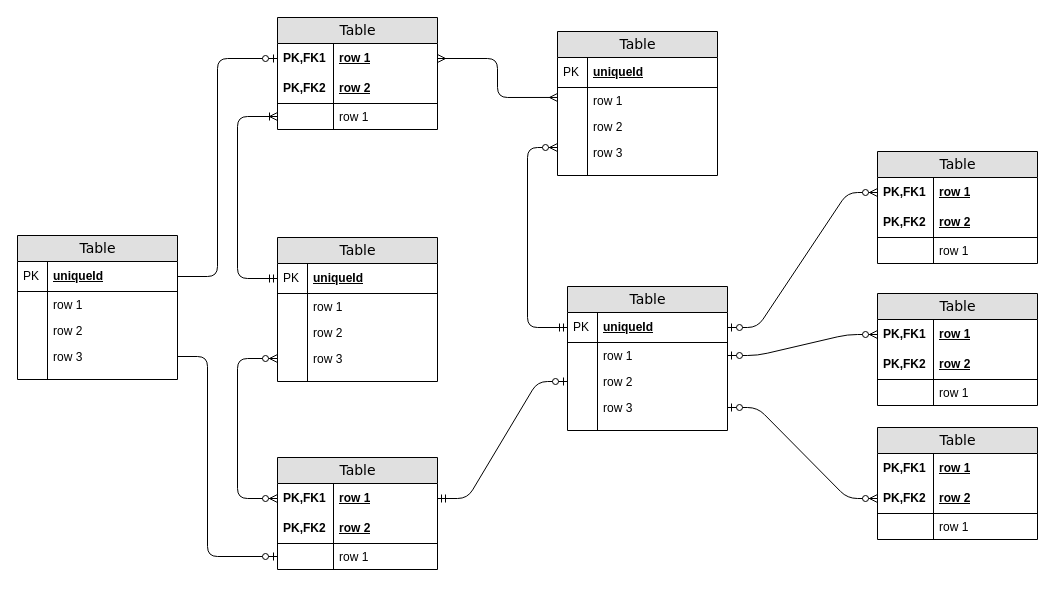
Before: 未命名绘图.drawio in terry1207/linebot, a draw.io diagram. Source tidied: cells renumbered, new cells numbered last; positions are measured from the earlier drawing's top-left corner, leaving out a move shared by most shapes. Both pictures are drawn from the tidied source at 100%, with x=0, y=0 at pixel (17, 17).
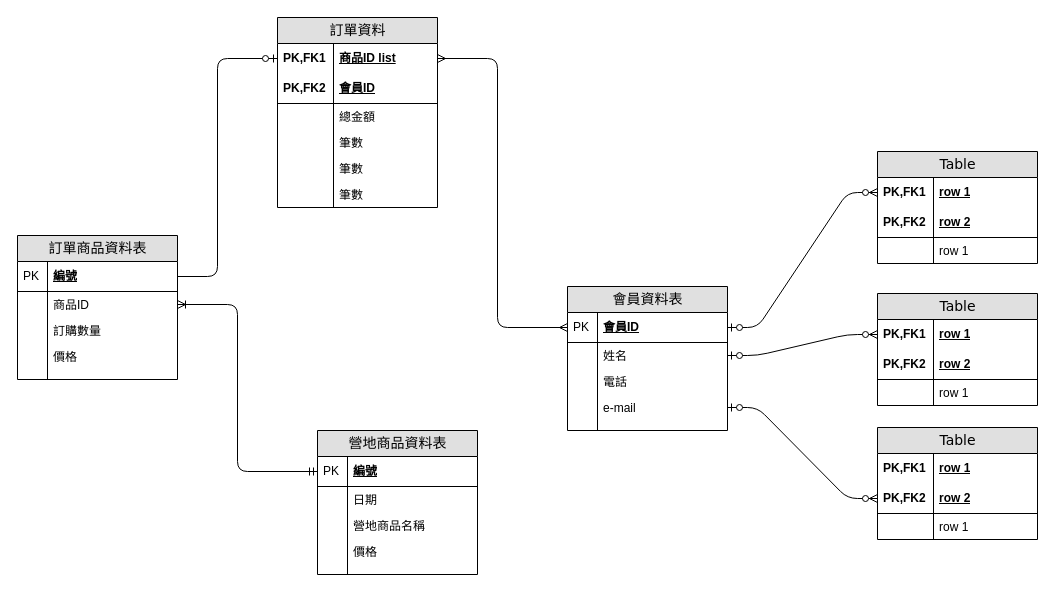
The same page after the edit.

Commit message:
訂單資料庫設計

Change to the diagram source:
```diff
@@
-    <mxCell id="2" value="Table" style="swimlane;html=1;fontStyle=0;horizontal=1;startSize=26;fillColor=#e0e0e0;swimlaneFillColor=#ffffff;align=center;rounded=0;shadow=0;comic=0;labelBackgroundColor=none;strokeWidth=1;fontFamily=Verdana;fontSize=14;" parent="1" vertex="1">
-      <mxGeometry x="260" width="160" height="112" as="geometry" />
+    <mxCell id="2" value="訂單資料" style="swimlane;html=1;fontStyle=0;horizontal=1;startSize=26;fillColor=#e0e0e0;swimlaneFillColor=#ffffff;align=center;rounded=0;shadow=0;comic=0;labelBackgroundColor=none;strokeWidth=1;fontFamily=Verdana;fontSize=14;" parent="1" vertex="1">
+      <mxGeometry x="260" width="160" height="190" as="geometry" />
     </mxCell>
-    <mxCell id="3" value="row 1" style="shape=partialRectangle;top=0;left=0;right=0;bottom=0;html=1;align=left;verticalAlign=middle;fillColor=none;spacingLeft=60;spacingRight=4;whiteSpace=wrap;overflow=hidden;points=[[0,0.5],[1,0.5]];portConstraint=eastwest;fontStyle=5;" parent="2" vertex="1">
+    <mxCell id="3" value="商品ID list" style="shape=partialRectangle;top=0;left=0;right=0;bottom=0;html=1;align=left;verticalAlign=middle;fillColor=none;spacingLeft=60;spacingRight=4;whiteSpace=wrap;overflow=hidden;points=[[0,0.5],[1,0.5]];portConstraint=eastwest;fontStyle=5;" parent="2" vertex="1">
       <mxGeometry y="26" width="160" height="30" as="geometry" />
     </mxCell>
@@
-    <mxCell id="5" value="row 2" style="shape=partialRectangle;top=0;left=0;right=0;bottom=1;html=1;align=left;verticalAlign=middle;fillColor=none;spacingLeft=60;spacingRight=4;whiteSpace=wrap;overflow=hidden;fontStyle=5;" parent="2" vertex="1">
+    <mxCell id="5" value="會員ID" style="shape=partialRectangle;top=0;left=0;right=0;bottom=1;html=1;align=left;verticalAlign=middle;fillColor=none;spacingLeft=60;spacingRight=4;whiteSpace=wrap;overflow=hidden;fontStyle=5;" parent="2" vertex="1">
       <mxGeometry y="56" width="160" height="30" as="geometry" />
     </mxCell>
@@
-    <mxCell id="7" value="row 1" style="shape=partialRectangle;top=0;left=0;right=0;bottom=0;html=1;align=left;verticalAlign=top;fillColor=none;spacingLeft=60;spacingRight=4;whiteSpace=wrap;overflow=hidden;points=[[0,0.5],[1,0.5]];portConstraint=eastwest;" parent="2" vertex="1">
+    <mxCell id="7" value="總金額" style="shape=partialRectangle;top=0;left=0;right=0;bottom=0;html=1;align=left;verticalAlign=top;fillColor=none;spacingLeft=60;spacingRight=4;whiteSpace=wrap;overflow=hidden;points=[[0,0.5],[1,0.5]];portConstraint=eastwest;" parent="2" vertex="1">
       <mxGeometry y="86" width="160" height="26" as="geometry" />
     </mxCell>
@@
-    <mxCell id="9" value="Table" style="swimlane;html=1;fontStyle=0;horizontal=1;startSize=26;fillColor=#e0e0e0;swimlaneFillColor=#ffffff;align=center;rounded=0;shadow=0;comic=0;labelBackgroundColor=none;strokeWidth=1;fontFamily=Verdana;fontSize=14;swimlaneLine=1;" parent="1" vertex="1">
-      <mxGeometry x="540" y="14" width="160" height="144" as="geometry" />
-    </mxCell>
-    <mxCell id="10" value="uniqueId" style="shape=partialRectangle;top=0;left=0;right=0;bottom=1;html=1;align=left;verticalAlign=middle;fillColor=none;spacingLeft=34;spacingRight=4;whiteSpace=wrap;overflow=hidden;fontStyle=5;" parent="9" vertex="1">
-      <mxGeometry y="26" width="160" height="30" as="geometry" />
-    </mxCell>
-    <mxCell id="11" value="PK" style="shape=partialRectangle;top=0;left=0;bottom=0;html=1;fillColor=none;align=left;verticalAlign=middle;spacingLeft=4;spacingRight=4;whiteSpace=wrap;overflow=hidden;" parent="10" vertex="1">
-      <mxGeometry width="30" height="30" as="geometry" />
-    </mxCell>
-    <mxCell id="12" value="row 1" style="shape=partialRectangle;top=0;left=0;right=0;bottom=0;html=1;align=left;verticalAlign=top;fillColor=none;spacingLeft=34;spacingRight=4;whiteSpace=wrap;overflow=hidden;points=[[0,0.5],[1,0.5]];portConstraint=eastwest;" parent="9" vertex="1">
-      <mxGeometry y="56" width="160" height="26" as="geometry" />
-    </mxCell>
-    <mxCell id="13" style="shape=partialRectangle;top=0;left=0;bottom=0;html=1;fillColor=none;align=left;verticalAlign=top;spacingLeft=4;spacingRight=4;whiteSpace=wrap;overflow=hidden;" parent="12" vertex="1">
-      <mxGeometry width="30" height="26" as="geometry" />
-    </mxCell>
-    <mxCell id="14" value="row 2" style="shape=partialRectangle;top=0;left=0;right=0;bottom=0;html=1;align=left;verticalAlign=top;fillColor=none;spacingLeft=34;spacingRight=4;whiteSpace=wrap;overflow=hidden;" parent="9" vertex="1">
-      <mxGeometry y="82" width="160" height="26" as="geometry" />
-    </mxCell>
-    <mxCell id="15" style="shape=partialRectangle;top=0;left=0;bottom=0;html=1;fillColor=none;align=left;verticalAlign=top;spacingLeft=4;spacingRight=4;whiteSpace=wrap;overflow=hidden;" parent="14" vertex="1">
-      <mxGeometry width="30" height="26" as="geometry" />
-    </mxCell>
-    <mxCell id="16" value="row 3" style="shape=partialRectangle;top=0;left=0;right=0;bottom=0;html=1;align=left;verticalAlign=top;fillColor=none;spacingLeft=34;spacingRight=4;whiteSpace=wrap;overflow=hidden;points=[[0,0.5],[1,0.5]];portConstraint=eastwest;" parent="9" vertex="1">
-      <mxGeometry y="108" width="160" height="26" as="geometry" />
-    </mxCell>
-    <mxCell id="17" style="shape=partialRectangle;top=0;left=0;bottom=0;html=1;fillColor=none;align=left;verticalAlign=top;spacingLeft=4;spacingRight=4;whiteSpace=wrap;overflow=hidden;" parent="16" vertex="1">
-      <mxGeometry width="30" height="26" as="geometry" />
-    </mxCell>
-    <mxCell id="18" style="shape=partialRectangle;top=0;left=0;right=0;bottom=0;html=1;align=left;verticalAlign=top;fillColor=none;spacingLeft=34;spacingRight=4;whiteSpace=wrap;overflow=hidden;" parent="9" vertex="1">
-      <mxGeometry y="134" width="160" height="10" as="geometry" />
-    </mxCell>
-    <mxCell id="19" style="shape=partialRectangle;top=0;left=0;bottom=0;html=1;fillColor=none;align=left;verticalAlign=top;spacingLeft=4;spacingRight=4;whiteSpace=wrap;overflow=hidden;" parent="18" vertex="1">
-      <mxGeometry width="30" height="10" as="geometry" />
-    </mxCell>
+    <mxCell id="91" value="筆數&lt;br&gt;" style="shape=partialRectangle;top=0;left=0;right=0;bottom=0;html=1;align=left;verticalAlign=top;fillColor=none;spacingLeft=60;spacingRight=4;whiteSpace=wrap;overflow=hidden;" parent="2" vertex="1">
+      <mxGeometry y="112" width="160" height="26" as="geometry" />
+    </mxCell>
+    <mxCell id="92" style="shape=partialRectangle;top=0;left=0;bottom=0;html=1;fillColor=none;align=left;verticalAlign=top;spacingLeft=4;spacingRight=4;whiteSpace=wrap;overflow=hidden;" parent="91" vertex="1">
+      <mxGeometry width="56" height="26" as="geometry" />
+    </mxCell>
+    <mxCell id="93" value="筆數&lt;br&gt;" style="shape=partialRectangle;top=0;left=0;right=0;bottom=0;html=1;align=left;verticalAlign=top;fillColor=none;spacingLeft=60;spacingRight=4;whiteSpace=wrap;overflow=hidden;" parent="2" vertex="1">
+      <mxGeometry y="138" width="160" height="26" as="geometry" />
+    </mxCell>
+    <mxCell id="94" style="shape=partialRectangle;top=0;left=0;bottom=0;html=1;fillColor=none;align=left;verticalAlign=top;spacingLeft=4;spacingRight=4;whiteSpace=wrap;overflow=hidden;" parent="93" vertex="1">
+      <mxGeometry width="56" height="26" as="geometry" />
+    </mxCell>
+    <mxCell id="95" value="筆數&lt;br&gt;" style="shape=partialRectangle;top=0;left=0;right=0;bottom=0;html=1;align=left;verticalAlign=top;fillColor=none;spacingLeft=60;spacingRight=4;whiteSpace=wrap;overflow=hidden;" parent="2" vertex="1">
+      <mxGeometry y="164" width="160" height="26" as="geometry" />
+    </mxCell>
+    <mxCell id="96" style="shape=partialRectangle;top=0;left=0;bottom=0;html=1;fillColor=none;align=left;verticalAlign=top;spacingLeft=4;spacingRight=4;whiteSpace=wrap;overflow=hidden;" parent="95" vertex="1">
+      <mxGeometry width="56" height="26" as="geometry" />
+    </mxCell>
-    <mxCell id="20" value="Table" style="swimlane;html=1;fontStyle=0;horizontal=1;startSize=26;fillColor=#e0e0e0;swimlaneFillColor=#ffffff;align=center;rounded=0;shadow=0;comic=0;labelBackgroundColor=none;strokeWidth=1;fontFamily=Verdana;fontSize=14;" parent="1" vertex="1">
-      <mxGeometry x="260" y="220" width="160" height="144" as="geometry" />
+    <mxCell id="20" value="營地商品資料表" style="swimlane;html=1;fontStyle=0;horizontal=1;startSize=26;fillColor=#e0e0e0;swimlaneFillColor=#ffffff;align=center;rounded=0;shadow=0;comic=0;labelBackgroundColor=none;strokeWidth=1;fontFamily=Verdana;fontSize=14;" parent="1" vertex="1">
+      <mxGeometry x="300" y="413" width="160" height="144" as="geometry" />
     </mxCell>
-    <mxCell id="21" value="uniqueId" style="shape=partialRectangle;top=0;left=0;right=0;bottom=1;html=1;align=left;verticalAlign=middle;fillColor=none;spacingLeft=34;spacingRight=4;whiteSpace=wrap;overflow=hidden;points=[[0,0.5],[1,0.5]];portConstraint=eastwest;fontStyle=5;" parent="20" vertex="1">
+    <mxCell id="21" value="編號" style="shape=partialRectangle;top=0;left=0;right=0;bottom=1;html=1;align=left;verticalAlign=middle;fillColor=none;spacingLeft=34;spacingRight=4;whiteSpace=wrap;overflow=hidden;points=[[0,0.5],[1,0.5]];portConstraint=eastwest;fontStyle=5;" parent="20" vertex="1">
       <mxGeometry y="26" width="160" height="30" as="geometry" />
     </mxCell>
@@
-    <mxCell id="23" value="row 1" style="shape=partialRectangle;top=0;left=0;right=0;bottom=0;html=1;align=left;verticalAlign=top;fillColor=none;spacingLeft=34;spacingRight=4;whiteSpace=wrap;overflow=hidden;" parent="20" vertex="1">
+    <mxCell id="23" value="日期" style="shape=partialRectangle;top=0;left=0;right=0;bottom=0;html=1;align=left;verticalAlign=top;fillColor=none;spacingLeft=34;spacingRight=4;whiteSpace=wrap;overflow=hidden;" parent="20" vertex="1">
       <mxGeometry y="56" width="160" height="26" as="geometry" />
     </mxCell>
@@
-    <mxCell id="25" value="row 2" style="shape=partialRectangle;top=0;left=0;right=0;bottom=0;html=1;align=left;verticalAlign=top;fillColor=none;spacingLeft=34;spacingRight=4;whiteSpace=wrap;overflow=hidden;" parent="20" vertex="1">
+    <mxCell id="25" value="營地商品名稱" style="shape=partialRectangle;top=0;left=0;right=0;bottom=0;html=1;align=left;verticalAlign=top;fillColor=none;spacingLeft=34;spacingRight=4;whiteSpace=wrap;overflow=hidden;" parent="20" vertex="1">
       <mxGeometry y="82" width="160" height="26" as="geometry" />
     </mxCell>
@@
-    <mxCell id="27" value="row 3" style="shape=partialRectangle;top=0;left=0;right=0;bottom=0;html=1;align=left;verticalAlign=top;fillColor=none;spacingLeft=34;spacingRight=4;whiteSpace=wrap;overflow=hidden;points=[[0,0.5],[1,0.5]];portConstraint=eastwest;" parent="20" vertex="1">
+    <mxCell id="27" value="價格" style="shape=partialRectangle;top=0;left=0;right=0;bottom=0;html=1;align=left;verticalAlign=top;fillColor=none;spacingLeft=34;spacingRight=4;whiteSpace=wrap;overflow=hidden;points=[[0,0.5],[1,0.5]];portConstraint=eastwest;" parent="20" vertex="1">
       <mxGeometry y="108" width="160" height="26" as="geometry" />
     </mxCell>
@@
-    <mxCell id="31" value="Table" style="swimlane;html=1;fontStyle=0;horizontal=1;startSize=26;fillColor=#e0e0e0;swimlaneFillColor=#ffffff;align=center;rounded=0;shadow=0;comic=0;labelBackgroundColor=none;strokeWidth=1;fontFamily=Verdana;fontSize=14;" parent="1" vertex="1">
+    <mxCell id="31" value="會員資料表" style="swimlane;html=1;fontStyle=0;horizontal=1;startSize=26;fillColor=#e0e0e0;swimlaneFillColor=#ffffff;align=center;rounded=0;shadow=0;comic=0;labelBackgroundColor=none;strokeWidth=1;fontFamily=Verdana;fontSize=14;" parent="1" vertex="1">
       <mxGeometry x="550" y="269" width="160" height="144" as="geometry" />
     </mxCell>
-    <mxCell id="32" value="uniqueId" style="shape=partialRectangle;top=0;left=0;right=0;bottom=1;html=1;align=left;verticalAlign=middle;fillColor=none;spacingLeft=34;spacingRight=4;whiteSpace=wrap;overflow=hidden;points=[[0,0.5],[1,0.5]];portConstraint=eastwest;fontStyle=5;" parent="31" vertex="1">
+    <mxCell id="32" value="會員ID" style="shape=partialRectangle;top=0;left=0;right=0;bottom=1;html=1;align=left;verticalAlign=middle;fillColor=none;spacingLeft=34;spacingRight=4;whiteSpace=wrap;overflow=hidden;points=[[0,0.5],[1,0.5]];portConstraint=eastwest;fontStyle=5;" parent="31" vertex="1">
       <mxGeometry y="26" width="160" height="30" as="geometry" />
     </mxCell>
@@
-    <mxCell id="34" value="row 1" style="shape=partialRectangle;top=0;left=0;right=0;bottom=0;html=1;align=left;verticalAlign=top;fillColor=none;spacingLeft=34;spacingRight=4;whiteSpace=wrap;overflow=hidden;points=[[0,0.5],[1,0.5]];portConstraint=eastwest;" parent="31" vertex="1">
+    <mxCell id="34" value="姓名" style="shape=partialRectangle;top=0;left=0;right=0;bottom=0;html=1;align=left;verticalAlign=top;fillColor=none;spacingLeft=34;spacingRight=4;whiteSpace=wrap;overflow=hidden;points=[[0,0.5],[1,0.5]];portConstraint=eastwest;" parent="31" vertex="1">
       <mxGeometry y="56" width="160" height="26" as="geometry" />
     </mxCell>
@@
-    <mxCell id="36" value="row 2" style="shape=partialRectangle;top=0;left=0;right=0;bottom=0;html=1;align=left;verticalAlign=top;fillColor=none;spacingLeft=34;spacingRight=4;whiteSpace=wrap;overflow=hidden;points=[[0,0.5],[1,0.5]];portConstraint=eastwest;" parent="31" vertex="1">
+    <mxCell id="36" value="電話" style="shape=partialRectangle;top=0;left=0;right=0;bottom=0;html=1;align=left;verticalAlign=top;fillColor=none;spacingLeft=34;spacingRight=4;whiteSpace=wrap;overflow=hidden;points=[[0,0.5],[1,0.5]];portConstraint=eastwest;" parent="31" vertex="1">
       <mxGeometry y="82" width="160" height="26" as="geometry" />
     </mxCell>
@@
-    <mxCell id="38" value="row 3" style="shape=partialRectangle;top=0;left=0;right=0;bottom=0;html=1;align=left;verticalAlign=top;fillColor=none;spacingLeft=34;spacingRight=4;whiteSpace=wrap;overflow=hidden;points=[[0,0.5],[1,0.5]];portConstraint=eastwest;" parent="31" vertex="1">
+    <mxCell id="38" value="e-mail" style="shape=partialRectangle;top=0;left=0;right=0;bottom=0;html=1;align=left;verticalAlign=top;fillColor=none;spacingLeft=34;spacingRight=4;whiteSpace=wrap;overflow=hidden;points=[[0,0.5],[1,0.5]];portConstraint=eastwest;" parent="31" vertex="1">
       <mxGeometry y="108" width="160" height="26" as="geometry" />
     </mxCell>
@@
-    <mxCell id="49" value="Table" style="swimlane;html=1;fontStyle=0;horizontal=1;startSize=26;fillColor=#e0e0e0;swimlaneFillColor=#ffffff;align=center;rounded=0;shadow=0;comic=0;labelBackgroundColor=none;strokeWidth=1;fontFamily=Verdana;fontSize=14;" parent="1" vertex="1">
-      <mxGeometry x="260" y="440" width="160" height="112" as="geometry" />
-    </mxCell>
-    <mxCell id="50" value="row 1" style="shape=partialRectangle;top=0;left=0;right=0;bottom=0;html=1;align=left;verticalAlign=middle;fillColor=none;spacingLeft=60;spacingRight=4;whiteSpace=wrap;overflow=hidden;points=[[0,0.5],[1,0.5]];portConstraint=eastwest;fontStyle=5;" parent="49" vertex="1">
-      <mxGeometry y="26" width="160" height="30" as="geometry" />
-    </mxCell>
-    <mxCell id="51" value="PK,FK1" style="shape=partialRectangle;fontStyle=1;top=0;left=0;bottom=0;html=1;fillColor=none;align=left;verticalAlign=middle;spacingLeft=4;spacingRight=4;whiteSpace=wrap;overflow=hidden;" parent="50" vertex="1">
-      <mxGeometry width="56" height="30" as="geometry" />
-    </mxCell>
-    <mxCell id="52" value="row 2" style="shape=partialRectangle;top=0;left=0;right=0;bottom=1;html=1;align=left;verticalAlign=middle;fillColor=none;spacingLeft=60;spacingRight=4;whiteSpace=wrap;overflow=hidden;fontStyle=5;" parent="49" vertex="1">
-      <mxGeometry y="56" width="160" height="30" as="geometry" />
-    </mxCell>
-    <mxCell id="53" value="PK,FK2" style="shape=partialRectangle;fontStyle=1;top=0;left=0;bottom=0;html=1;fillColor=none;align=left;verticalAlign=middle;spacingLeft=4;spacingRight=4;whiteSpace=wrap;overflow=hidden;" parent="52" vertex="1">
-      <mxGeometry width="56" height="30" as="geometry" />
-    </mxCell>
-    <mxCell id="54" value="row 1" style="shape=partialRectangle;top=0;left=0;right=0;bottom=0;html=1;align=left;verticalAlign=top;fillColor=none;spacingLeft=60;spacingRight=4;whiteSpace=wrap;overflow=hidden;points=[[0,0.5],[1,0.5]];portConstraint=eastwest;" parent="49" vertex="1">
-      <mxGeometry y="86" width="160" height="26" as="geometry" />
-    </mxCell>
-    <mxCell id="55" style="shape=partialRectangle;top=0;left=0;bottom=0;html=1;fillColor=none;align=left;verticalAlign=top;spacingLeft=4;spacingRight=4;whiteSpace=wrap;overflow=hidden;" parent="54" vertex="1">
-      <mxGeometry width="56" height="26" as="geometry" />
-    </mxCell>
-    <mxCell id="56" style="edgeStyle=orthogonalEdgeStyle;html=1;endArrow=ERoneToMany;startArrow=ERmandOne;labelBackgroundColor=none;fontFamily=Verdana;fontSize=14;entryX=0;entryY=0.5;exitX=0;exitY=0.5;" parent="1" edge="1" source="21" target="7">
+    <mxCell id="56" style="edgeStyle=orthogonalEdgeStyle;html=1;endArrow=ERoneToMany;startArrow=ERmandOne;labelBackgroundColor=none;fontFamily=Verdana;fontSize=14;entryX=1;entryY=0.5;exitX=0;exitY=0.5;entryDx=0;entryDy=0;" parent="1" edge="1" source="21" target="81">
       <mxGeometry relative="1" as="geometry">
         <Array as="points">
-          <mxPoint x="220" y="261" />
-          <mxPoint x="220" y="99" />
+          <mxPoint x="220" y="454" />
+          <mxPoint x="220" y="287" />
         </Array>
       </mxGeometry>
     </mxCell>
-    <mxCell id="57" style="edgeStyle=orthogonalEdgeStyle;html=1;endArrow=ERzeroToMany;endFill=1;startArrow=ERzeroToMany;labelBackgroundColor=none;fontFamily=Verdana;fontSize=14;entryX=0;entryY=0.5;exitX=0;exitY=0.5;" parent="1" edge="1" source="50" target="27">
-      <mxGeometry relative="1" as="geometry">
-        <Array as="points">
-          <mxPoint x="220" y="481" />
-          <mxPoint x="220" y="341" />
-        </Array>
-      </mxGeometry>
-    </mxCell>
-    <mxCell id="58" style="edgeStyle=orthogonalEdgeStyle;html=1;endArrow=ERmany;startArrow=ERmany;labelBackgroundColor=none;fontFamily=Verdana;fontSize=14;entryX=1;entryY=0.5;exitX=0;exitY=0.383;exitPerimeter=0;" parent="1" edge="1" source="12" target="3">
+    <mxCell id="58" style="edgeStyle=orthogonalEdgeStyle;html=1;endArrow=ERmany;startArrow=ERmany;labelBackgroundColor=none;fontFamily=Verdana;fontSize=14;entryX=1;entryY=0.5;exitX=0;exitY=0.5;exitDx=0;exitDy=0;" parent="1" edge="1" source="32" target="3">
       <mxGeometry relative="1" as="geometry">
         <Array as="points">
-          <mxPoint x="480" y="80" />
+          <mxPoint x="480" y="310" />
           <mxPoint x="480" y="41" />
         </Array>
       </mxGeometry>
     </mxCell>
-    <mxCell id="59" style="edgeStyle=orthogonalEdgeStyle;html=1;endArrow=ERzeroToMany;startArrow=ERmandOne;labelBackgroundColor=none;fontFamily=Verdana;fontSize=14;entryX=0;entryY=0.308;entryPerimeter=0;exitX=0;exitY=0.5;" parent="1" edge="1" source="32" target="16">
-      <mxGeometry relative="1" as="geometry">
-        <Array as="points">
-          <mxPoint x="510" y="310" />
-          <mxPoint x="510" y="130" />
-        </Array>
-      </mxGeometry>
-    </mxCell>
-    <mxCell id="60" style="edgeStyle=entityRelationEdgeStyle;html=1;endArrow=ERzeroToOne;startArrow=ERmandOne;labelBackgroundColor=none;fontFamily=Verdana;fontSize=14;exitX=1;exitY=0.5;entryX=0;entryY=0.5;" parent="1" edge="1" source="50" target="36">
-      <mxGeometry relative="1" as="geometry" />
-    </mxCell>
@@
-    <mxCell id="78" value="Table" style="swimlane;html=1;fontStyle=0;horizontal=1;startSize=26;fillColor=#e0e0e0;swimlaneFillColor=#ffffff;align=center;rounded=0;shadow=0;comic=0;labelBackgroundColor=none;strokeWidth=1;fontFamily=Verdana;fontSize=14;" parent="1" vertex="1">
+    <mxCell id="78" value="訂單商品資料表" style="swimlane;html=1;fontStyle=0;horizontal=1;startSize=26;fillColor=#e0e0e0;swimlaneFillColor=#ffffff;align=center;rounded=0;shadow=0;comic=0;labelBackgroundColor=none;strokeWidth=1;fontFamily=Verdana;fontSize=14;" parent="1" vertex="1">
       <mxGeometry y="218" width="160" height="144" as="geometry" />
     </mxCell>
-    <mxCell id="79" value="uniqueId" style="shape=partialRectangle;top=0;left=0;right=0;bottom=1;html=1;align=left;verticalAlign=middle;fillColor=none;spacingLeft=34;spacingRight=4;whiteSpace=wrap;overflow=hidden;points=[[0,0.5],[1,0.5]];portConstraint=eastwest;fontStyle=5;" parent="78" vertex="1">
+    <mxCell id="79" value="編號" style="shape=partialRectangle;top=0;left=0;right=0;bottom=1;html=1;align=left;verticalAlign=middle;fillColor=none;spacingLeft=34;spacingRight=4;whiteSpace=wrap;overflow=hidden;points=[[0,0.5],[1,0.5]];portConstraint=eastwest;fontStyle=5;" parent="78" vertex="1">
       <mxGeometry y="26" width="160" height="30" as="geometry" />
     </mxCell>
@@
-    <mxCell id="81" value="row 1" style="shape=partialRectangle;top=0;left=0;right=0;bottom=0;html=1;align=left;verticalAlign=top;fillColor=none;spacingLeft=34;spacingRight=4;whiteSpace=wrap;overflow=hidden;points=[[0,0.5],[1,0.5]];portConstraint=eastwest;" parent="78" vertex="1">
+    <mxCell id="81" value="商品ID" style="shape=partialRectangle;top=0;left=0;right=0;bottom=0;html=1;align=left;verticalAlign=top;fillColor=none;spacingLeft=34;spacingRight=4;whiteSpace=wrap;overflow=hidden;points=[[0,0.5],[1,0.5]];portConstraint=eastwest;" parent="78" vertex="1">
       <mxGeometry y="56" width="160" height="26" as="geometry" />
     </mxCell>
@@
-    <mxCell id="83" value="row 2" style="shape=partialRectangle;top=0;left=0;right=0;bottom=0;html=1;align=left;verticalAlign=top;fillColor=none;spacingLeft=34;spacingRight=4;whiteSpace=wrap;overflow=hidden;" parent="78" vertex="1">
+    <mxCell id="83" value="訂購數量" style="shape=partialRectangle;top=0;left=0;right=0;bottom=0;html=1;align=left;verticalAlign=top;fillColor=none;spacingLeft=34;spacingRight=4;whiteSpace=wrap;overflow=hidden;" parent="78" vertex="1">
       <mxGeometry y="82" width="160" height="26" as="geometry" />
     </mxCell>
@@
-    <mxCell id="85" value="row 3" style="shape=partialRectangle;top=0;left=0;right=0;bottom=0;html=1;align=left;verticalAlign=top;fillColor=none;spacingLeft=34;spacingRight=4;whiteSpace=wrap;overflow=hidden;points=[[0,0.5],[1,0.5]];portConstraint=eastwest;" parent="78" vertex="1">
+    <mxCell id="85" value="價格" style="shape=partialRectangle;top=0;left=0;right=0;bottom=0;html=1;align=left;verticalAlign=top;fillColor=none;spacingLeft=34;spacingRight=4;whiteSpace=wrap;overflow=hidden;points=[[0,0.5],[1,0.5]];portConstraint=eastwest;" parent="78" vertex="1">
       <mxGeometry y="108" width="160" height="26" as="geometry" />
     </mxCell>
@@
-    <mxCell id="90" style="edgeStyle=orthogonalEdgeStyle;html=1;endArrow=ERzeroToOne;endFill=1;labelBackgroundColor=none;fontFamily=Verdana;fontSize=14;entryX=0;entryY=0.5;exitX=1;exitY=0.5;" parent="1" edge="1" source="85" target="54">
-      <mxGeometry relative="1" as="geometry">
-        <Array as="points">
-          <mxPoint x="190" y="339" />
-          <mxPoint x="190" y="539" />
-        </Array>
-      </mxGeometry>
-    </mxCell>
```
